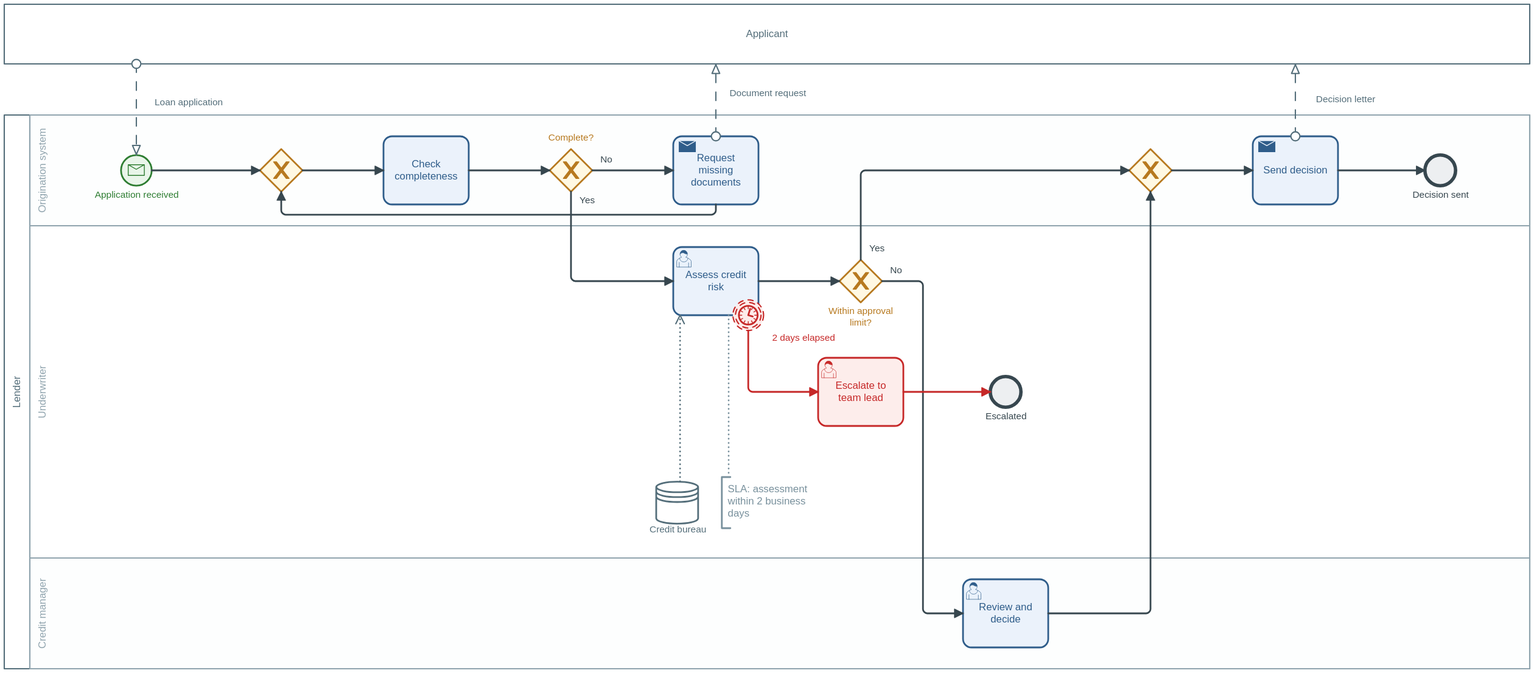
The BPMN diagram diagrams/example-loan-application/loan-application.svg in arminetorosyan-creator/Chrome-extension, before a commit. Its source is kept beside it as diagrams/example-loan-application/loan-application.bpmn. Ids are renumbered.
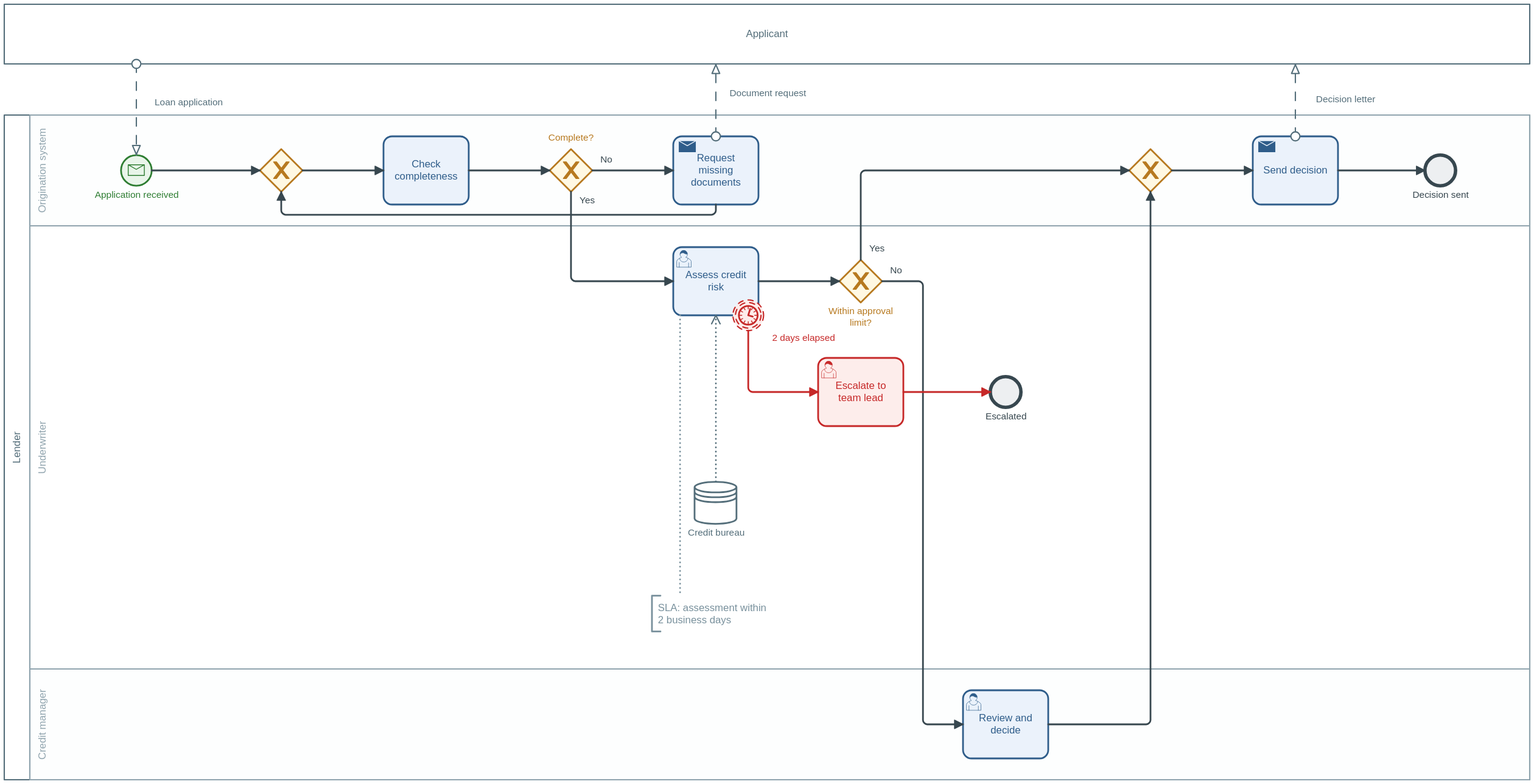
Above is the later version.

Diff of the diagram source:
```diff
@@ -124,16 +124,16 @@
         <dc:Bounds x="0" y="0" width="1790" height="70" />
       </bpmndi:BPMNShape>
       <bpmndi:BPMNShape id="Pool_Lender_di" bpmnElement="Pool_Lender" isHorizontal="true" color:background-color="#FFFFFF" bioc:fill="#FFFFFF" color:border-color="#546E7A" bioc:stroke="#546E7A">
-        <dc:Bounds x="0" y="130" width="1790" height="650" />
+        <dc:Bounds x="0" y="130" width="1790" height="780" />
       </bpmndi:BPMNShape>
       <bpmndi:BPMNShape id="Lane_Origination_di" bpmnElement="Lane_Origination" isHorizontal="true" color:background-color="#F7F9FB" bioc:fill="#F7F9FB" color:border-color="#90A4AE" bioc:stroke="#90A4AE">
         <dc:Bounds x="30" y="130" width="1760" height="130" />
       </bpmndi:BPMNShape>
       <bpmndi:BPMNShape id="Lane_Underwriter_di" bpmnElement="Lane_Underwriter" isHorizontal="true" color:background-color="#FFFFFF" bioc:fill="#FFFFFF" color:border-color="#90A4AE" bioc:stroke="#90A4AE">
-        <dc:Bounds x="30" y="260" width="1760" height="390" />
+        <dc:Bounds x="30" y="260" width="1760" height="520" />
       </bpmndi:BPMNShape>
       <bpmndi:BPMNShape id="Lane_Manager_di" bpmnElement="Lane_Manager" isHorizontal="true" color:background-color="#F7F9FB" bioc:fill="#F7F9FB" color:border-color="#90A4AE" bioc:stroke="#90A4AE">
-        <dc:Bounds x="30" y="650" width="1760" height="130" />
+        <dc:Bounds x="30" y="780" width="1760" height="130" />
       </bpmndi:BPMNShape>
       <bpmndi:BPMNShape id="Start_ApplicationReceived_di" bpmnElement="Start_ApplicationReceived" color:background-color="#E8F5E9" bioc:fill="#E8F5E9" color:border-color="#2E7D32" bioc:stroke="#2E7D32">
         <dc:Bounds x="137" y="177" width="36" height="36" />
@@ -175,7 +175,7 @@
         </bpmndi:BPMNLabel>
       </bpmndi:BPMNShape>
       <bpmndi:BPMNShape id="Task_Review_di" bpmnElement="Task_Review" color:background-color="#EAF2FB" bioc:fill="#EAF2FB" color:border-color="#2F5D8A" bioc:stroke="#2F5D8A">
-        <dc:Bounds x="1125" y="675" width="100" height="80" />
+        <dc:Bounds x="1125" y="805" width="100" height="80" />
       </bpmndi:BPMNShape>
       <bpmndi:BPMNShape id="Gw_MergeDecision_di" bpmnElement="Gw_MergeDecision" isMarkerVisible="true" color:background-color="#FFF8E1" bioc:fill="#FFF8E1" color:border-color="#B7791F" bioc:stroke="#B7791F">
         <dc:Bounds x="1320" y="170" width="50" height="50" />
@@ -196,10 +196,13 @@
         </bpmndi:BPMNLabel>
       </bpmndi:BPMNShape>
       <bpmndi:BPMNShape id="Store_Bureau_di" bpmnElement="Store_Bureau" color:background-color="#FFFFFF" bioc:fill="#FFFFFF" color:border-color="#546E7A" bioc:stroke="#546E7A">
-        <dc:Bounds x="765" y="560" width="50" height="50" />
+        <dc:Bounds x="810" y="560" width="50" height="50" />
+        <bpmndi:BPMNLabel>
+          <dc:Bounds x="800" y="614" width="70" height="30" />
+        </bpmndi:BPMNLabel>
       </bpmndi:BPMNShape>
       <bpmndi:BPMNShape id="Note_Sla_di" bpmnElement="Note_Sla" color:background-color="#FFFFFF" bioc:fill="#FFFFFF" color:border-color="#78909C" bioc:stroke="#78909C">
-        <dc:Bounds x="842" y="555" width="110" height="60" />
+        <dc:Bounds x="760" y="694" width="150" height="42" />
       </bpmndi:BPMNShape>
       <bpmndi:BPMNEdge id="F1_di" bpmnElement="F1" color:border-color="#37474F" bioc:stroke="#37474F">
         <di:waypoint x="173" y="195" />
@@ -249,15 +252,15 @@
       <bpmndi:BPMNEdge id="F9_di" bpmnElement="F9" color:border-color="#37474F" bioc:stroke="#37474F">
         <di:waypoint x="1030" y="325" />
         <di:waypoint x="1078" y="325" />
-        <di:waypoint x="1078" y="715" />
-        <di:waypoint x="1125" y="715" />
+        <di:waypoint x="1078" y="845" />
+        <di:waypoint x="1125" y="845" />
         <bpmndi:BPMNLabel>
           <dc:Bounds x="1034" y="306" width="24" height="16" />
         </bpmndi:BPMNLabel>
       </bpmndi:BPMNEdge>
       <bpmndi:BPMNEdge id="F10_di" bpmnElement="F10" color:border-color="#37474F" bioc:stroke="#37474F">
-        <di:waypoint x="1225" y="715" />
-        <di:waypoint x="1345" y="715" />
+        <di:waypoint x="1225" y="845" />
+        <di:waypoint x="1345" y="845" />
         <di:waypoint x="1345" y="220" />
       </bpmndi:BPMNEdge>
       <bpmndi:BPMNEdge id="F11_di" bpmnElement="F11" color:border-color="#37474F" bioc:stroke="#37474F">
@@ -299,12 +302,12 @@
         </bpmndi:BPMNLabel>
       </bpmndi:BPMNEdge>
       <bpmndi:BPMNEdge id="Assoc_Sla_di" bpmnElement="Assoc_Sla" color:background-color="#FFFFFF" bioc:fill="#FFFFFF" color:border-color="#78909C" bioc:stroke="#78909C">
-        <di:waypoint x="850" y="365" />
-        <di:waypoint x="850" y="555" />
+        <di:waypoint x="793" y="365" />
+        <di:waypoint x="793" y="694" />
       </bpmndi:BPMNEdge>
       <bpmndi:BPMNEdge id="DIA_Bureau_di" bpmnElement="DIA_Bureau" color:background-color="#FFFFFF" bioc:fill="#FFFFFF" color:border-color="#546E7A" bioc:stroke="#546E7A">
-        <di:waypoint x="793" y="560" />
-        <di:waypoint x="793" y="365" />
+        <di:waypoint x="835" y="560" />
+        <di:waypoint x="835" y="365" />
       </bpmndi:BPMNEdge>
     </bpmndi:BPMNPlane>
   </bpmndi:BPMNDiagram>
```
